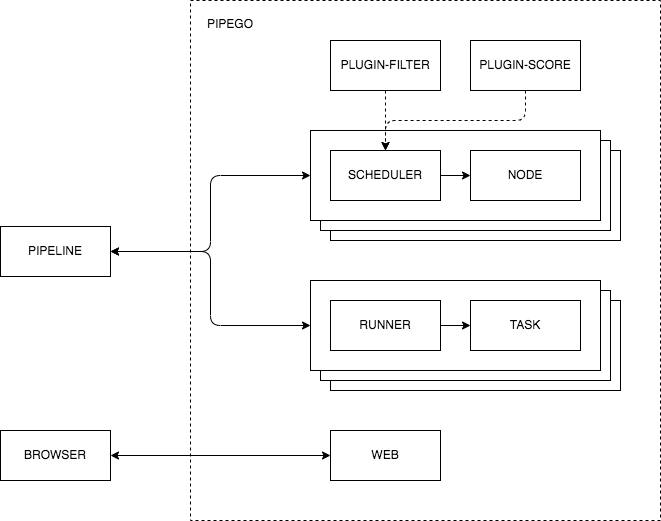
Before: diagram.png, a diagram exported from draw.io (pipego/deploy). Source tidied: cells renumbered, new cells last; positions are measured from the earlier drawing's top-left corner, leaving out a move shared by most shapes.
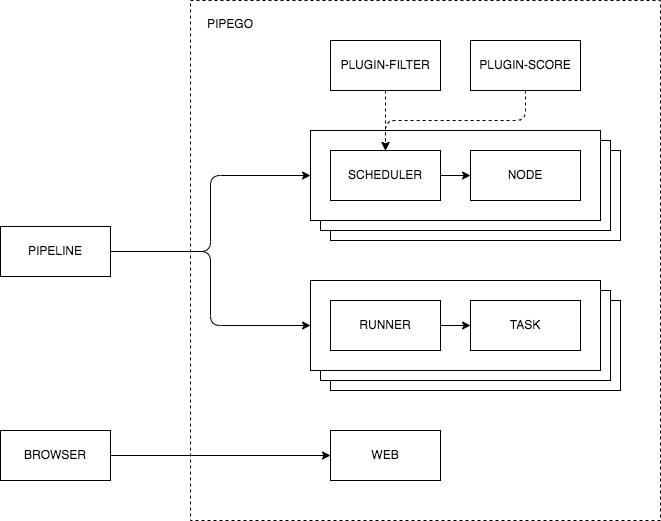
Later version of the same file.

Commit message:
doc(diagram): update diagram for arrow

Change to the diagram source:
```diff
@@ -53,13 +53,13 @@
     <mxCell id="18" style="endArrow=classic;html=1;entryX=0;entryY=0.5;entryDx=0;entryDy=0;exitX=1;exitY=0.5;exitDx=0;exitDy=0;" parent="1" edge="1" source="16" target="17">
       <mxGeometry relative="1" as="geometry" />
     </mxCell>
-    <mxCell id="19" style="endArrow=classic;startArrow=classic;html=1;exitX=1;exitY=0.5;exitDx=0;exitDy=0;entryX=0;entryY=0.5;entryDx=0;entryDy=0;" parent="1" edge="1" source="8" target="7">
+    <mxCell id="19" style="endArrow=classic;startArrow=none;html=1;exitX=1;exitY=0.5;exitDx=0;exitDy=0;entryX=0;entryY=0.5;entryDx=0;entryDy=0;startFill=0;" parent="1" edge="1" source="8" target="7">
       <mxGeometry relative="1" as="geometry" />
     </mxCell>
-    <mxCell id="20" style="edgeStyle=elbowEdgeStyle;elbow=horizontal;endArrow=classic;html=1;entryX=0;entryY=0.5;entryDx=0;entryDy=0;exitX=1;exitY=0.5;exitDx=0;exitDy=0;startArrow=classic;startFill=1;" parent="1" edge="1" source="9" target="5">
+    <mxCell id="20" style="edgeStyle=elbowEdgeStyle;elbow=horizontal;endArrow=classic;html=1;entryX=0;entryY=0.5;entryDx=0;entryDy=0;exitX=1;exitY=0.5;exitDx=0;exitDy=0;startArrow=none;startFill=0;" parent="1" edge="1" source="9" target="5">
       <mxGeometry relative="1" as="geometry" />
     </mxCell>
-    <mxCell id="21" style="edgeStyle=elbowEdgeStyle;elbow=horizontal;endArrow=classic;html=1;entryX=0;entryY=0.5;entryDx=0;entryDy=0;exitX=1;exitY=0.5;exitDx=0;exitDy=0;startArrow=classic;startFill=1;" parent="1" edge="1" source="9" target="15">
+    <mxCell id="21" style="edgeStyle=elbowEdgeStyle;elbow=horizontal;endArrow=classic;html=1;entryX=0;entryY=0.5;entryDx=0;entryDy=0;exitX=1;exitY=0.5;exitDx=0;exitDy=0;startArrow=none;startFill=0;" parent="1" edge="1" source="9" target="15">
       <mxGeometry relative="1" as="geometry" />
     </mxCell>
     <mxCell id="22" value="PLUGIN-FILTER" style="rounded=0;whiteSpace=wrap;html=1;" parent="1" vertex="1">
```
